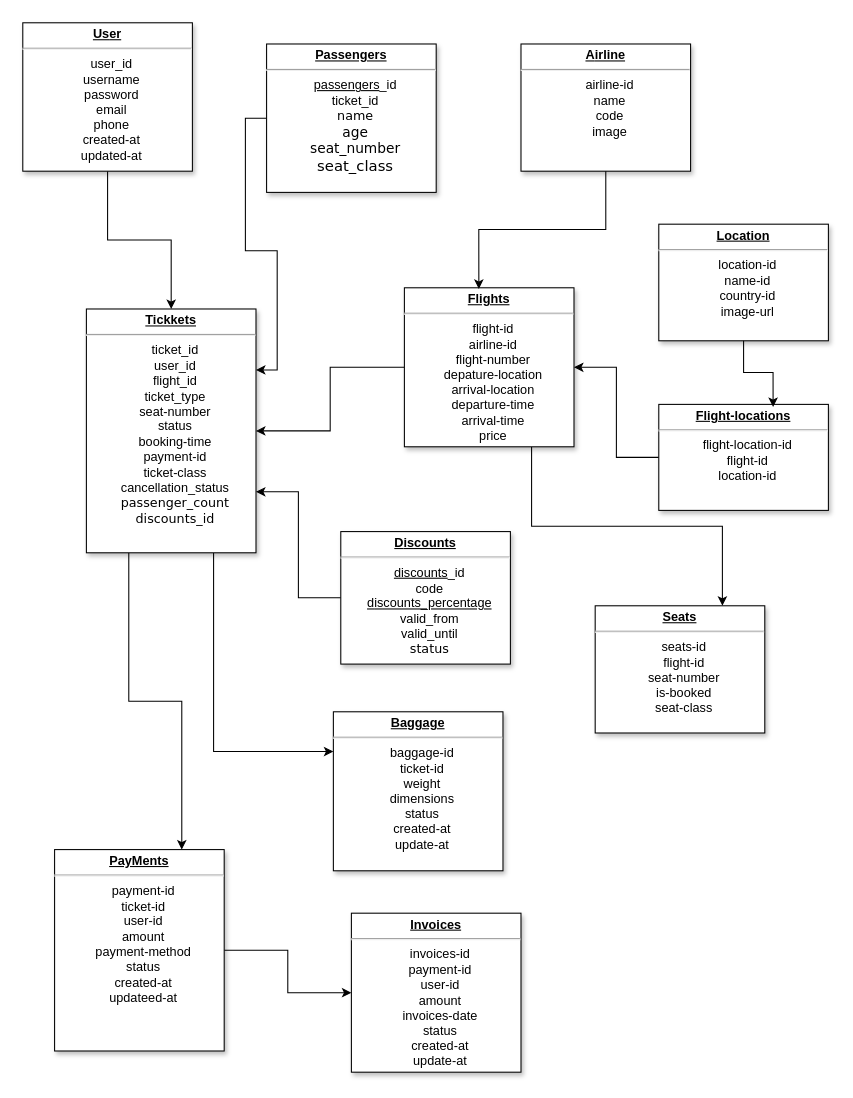
Above: page "DataBase" (1 of 3) of Biểu đồ không có tiêu đề.drawio in DungZG/TrackingFlight (draw.io), before the change. Source tidied: cells renumbered, new cells numbered last; positions are measured from the earlier drawing's top-left corner, leaving out a move shared by most shapes. Both pictures are drawn from the tidied source at 106%, with x=0, y=0 at pixel (22, 22).
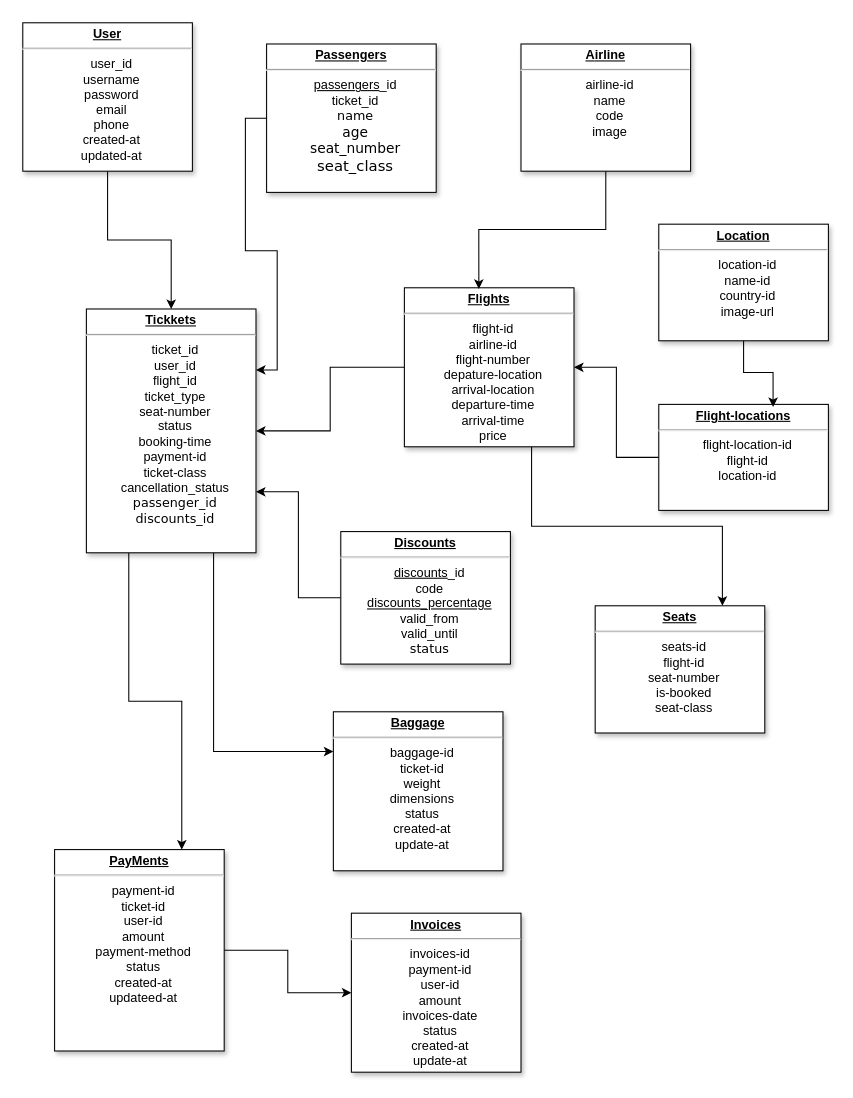
After the change.

Commit message:
Cập nhật Biểu đồ không có tiêu đề.drawio

Diff of the diagram source:
```diff
@@
-    <mxCell id="6" value="&lt;p style=&quot;text-align: center; margin: 4px 0px 0px;&quot;&gt;&lt;b&gt;&lt;u&gt;Tickkets&lt;/u&gt;&lt;/b&gt;&lt;/p&gt;&lt;hr style=&quot;text-align: center;&quot;&gt;&lt;p style=&quot;text-align: center; margin: 0px 0px 0px 8px;&quot;&gt;ticket_id&lt;/p&gt;&lt;p style=&quot;text-align: center; margin: 0px 0px 0px 8px;&quot;&gt;user_id&lt;/p&gt;&lt;p style=&quot;text-align: center; margin: 0px 0px 0px 8px;&quot;&gt;flight_id&lt;/p&gt;&lt;p style=&quot;text-align: center; margin: 0px 0px 0px 8px;&quot;&gt;ticket_type&lt;/p&gt;&lt;p style=&quot;text-align: center; margin: 0px 0px 0px 8px;&quot;&gt;seat-number&lt;/p&gt;&lt;p style=&quot;text-align: center; margin: 0px 0px 0px 8px;&quot;&gt;status&lt;/p&gt;&lt;p style=&quot;text-align: center; margin: 0px 0px 0px 8px;&quot;&gt;booking-time&lt;/p&gt;&lt;p style=&quot;text-align: center; margin: 0px 0px 0px 8px;&quot;&gt;payment-id&lt;/p&gt;&lt;p style=&quot;text-align: center; margin: 0px 0px 0px 8px;&quot;&gt;ticket-class&lt;/p&gt;&lt;p style=&quot;text-align: center; margin: 0px 0px 0px 8px;&quot;&gt;cancellation_status&lt;/p&gt;&lt;p style=&quot;text-align: center; margin: 0px 0px 0px 8px;&quot;&gt;&lt;span style=&quot;font-family: &amp;quot;trebuchet ms&amp;quot;, verdana, arial, sans-serif; text-align: start;&quot;&gt;&lt;font&gt;passenger_count&lt;/font&gt;&lt;/span&gt;&lt;/p&gt;&lt;p style=&quot;text-align: center; margin: 0px 0px 0px 8px;&quot;&gt;&lt;span style=&quot;font-family: &amp;quot;trebuchet ms&amp;quot;, verdana, arial, sans-serif; text-align: start;&quot;&gt;&lt;font&gt;discounts_id&lt;/font&gt;&lt;/span&gt;&lt;/p&gt;" style="verticalAlign=top;align=left;overflow=fill;fontSize=12;fontFamily=Helvetica;html=1;shadow=1;labelBackgroundColor=none;" parent="1" vertex="1">
+    <mxCell id="6" value="&lt;p style=&quot;text-align: center; margin: 4px 0px 0px;&quot;&gt;&lt;b&gt;&lt;u&gt;Tickkets&lt;/u&gt;&lt;/b&gt;&lt;/p&gt;&lt;hr style=&quot;text-align: center;&quot;&gt;&lt;p style=&quot;text-align: center; margin: 0px 0px 0px 8px;&quot;&gt;ticket_id&lt;/p&gt;&lt;p style=&quot;text-align: center; margin: 0px 0px 0px 8px;&quot;&gt;user_id&lt;/p&gt;&lt;p style=&quot;text-align: center; margin: 0px 0px 0px 8px;&quot;&gt;flight_id&lt;/p&gt;&lt;p style=&quot;text-align: center; margin: 0px 0px 0px 8px;&quot;&gt;ticket_type&lt;/p&gt;&lt;p style=&quot;text-align: center; margin: 0px 0px 0px 8px;&quot;&gt;seat-number&lt;/p&gt;&lt;p style=&quot;text-align: center; margin: 0px 0px 0px 8px;&quot;&gt;status&lt;/p&gt;&lt;p style=&quot;text-align: center; margin: 0px 0px 0px 8px;&quot;&gt;booking-time&lt;/p&gt;&lt;p style=&quot;text-align: center; margin: 0px 0px 0px 8px;&quot;&gt;payment-id&lt;/p&gt;&lt;p style=&quot;text-align: center; margin: 0px 0px 0px 8px;&quot;&gt;ticket-class&lt;/p&gt;&lt;p style=&quot;text-align: center; margin: 0px 0px 0px 8px;&quot;&gt;cancellation_status&lt;/p&gt;&lt;p style=&quot;text-align: center; margin: 0px 0px 0px 8px;&quot;&gt;&lt;span style=&quot;font-family: &amp;quot;trebuchet ms&amp;quot;, verdana, arial, sans-serif; text-align: start;&quot;&gt;&lt;font&gt;passenger_id&lt;/font&gt;&lt;/span&gt;&lt;/p&gt;&lt;p style=&quot;text-align: center; margin: 0px 0px 0px 8px;&quot;&gt;&lt;span style=&quot;font-family: &amp;quot;trebuchet ms&amp;quot;, verdana, arial, sans-serif; text-align: start;&quot;&gt;&lt;font&gt;discounts_id&lt;/font&gt;&lt;/span&gt;&lt;/p&gt;" style="verticalAlign=top;align=left;overflow=fill;fontSize=12;fontFamily=Helvetica;html=1;shadow=1;labelBackgroundColor=none;" parent="1" vertex="1">
       <mxGeometry x="60" y="270" width="160" height="230" as="geometry" />
     </mxCell>
```
